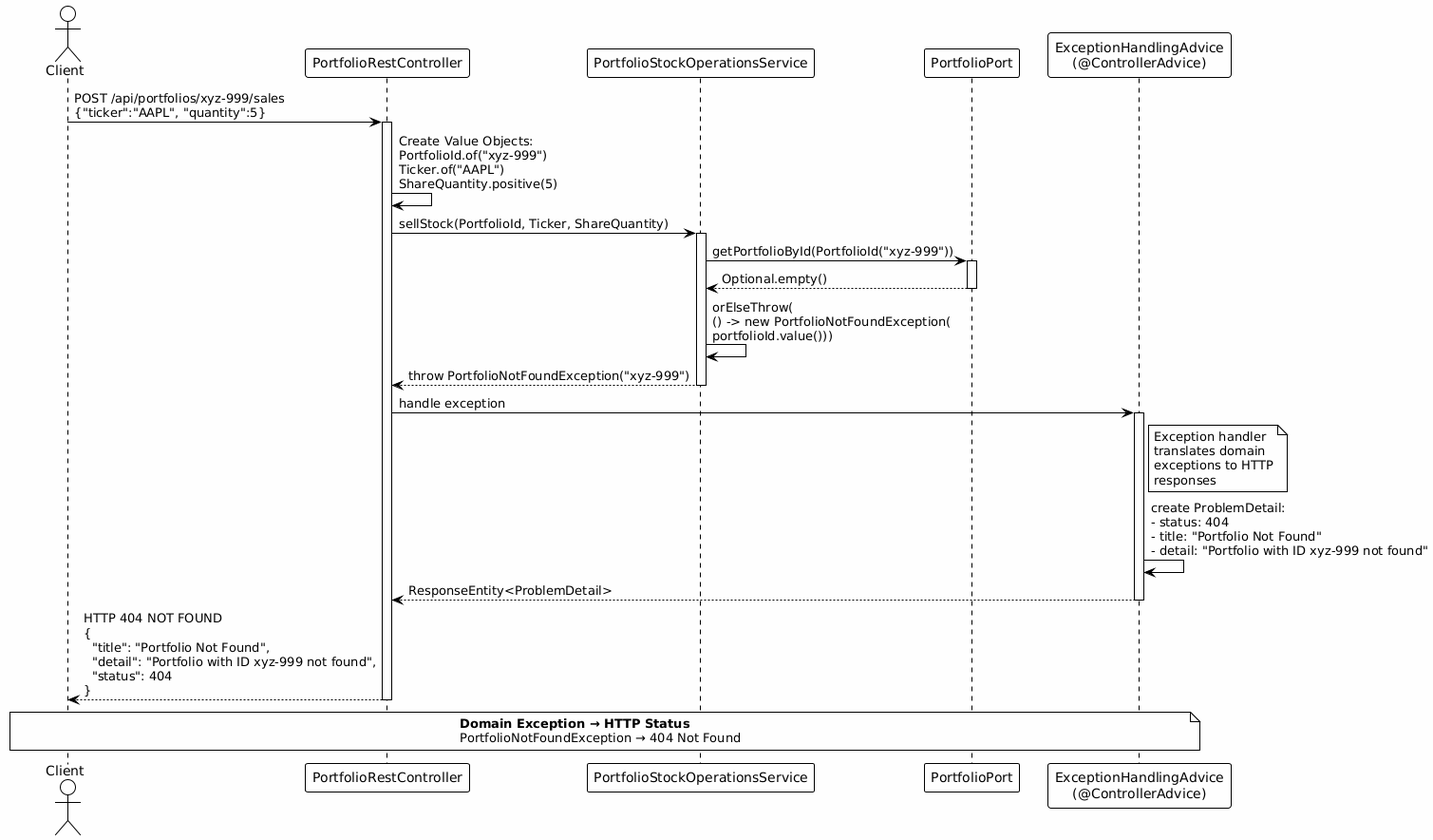
Earlier version of the PlantUML export doc/tutorial/sellStocks/diagrams/Rendered/sell-error-portfolio-not-found.png (alfredorueda/HexaStock).
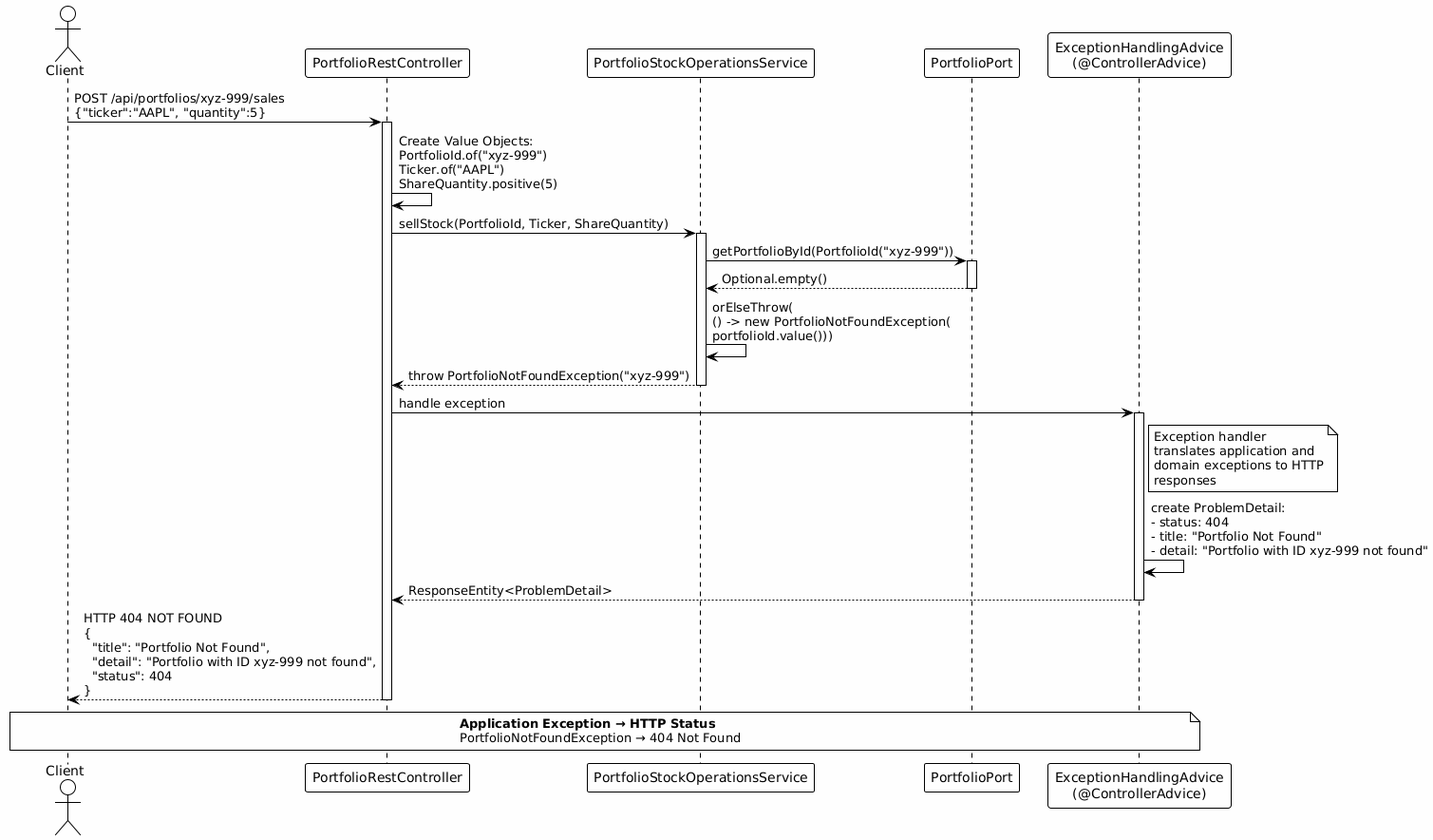
Later version of the same file.

Diff of the diagram source:
```diff
@@ -30,8 +30,8 @@
 activate Handler
 note right of Handler
   Exception handler
-  translates domain
-  exceptions to HTTP
+  translates application and
+  domain exceptions to HTTP
   responses
 end note
 
@@ -44,7 +44,7 @@
 deactivate Controller
 
 note over Client, Handler
-  **Domain Exception → HTTP Status**
+  **Application Exception → HTTP Status**
   PortfolioNotFoundException → 404 Not Found
 end note
 
```
